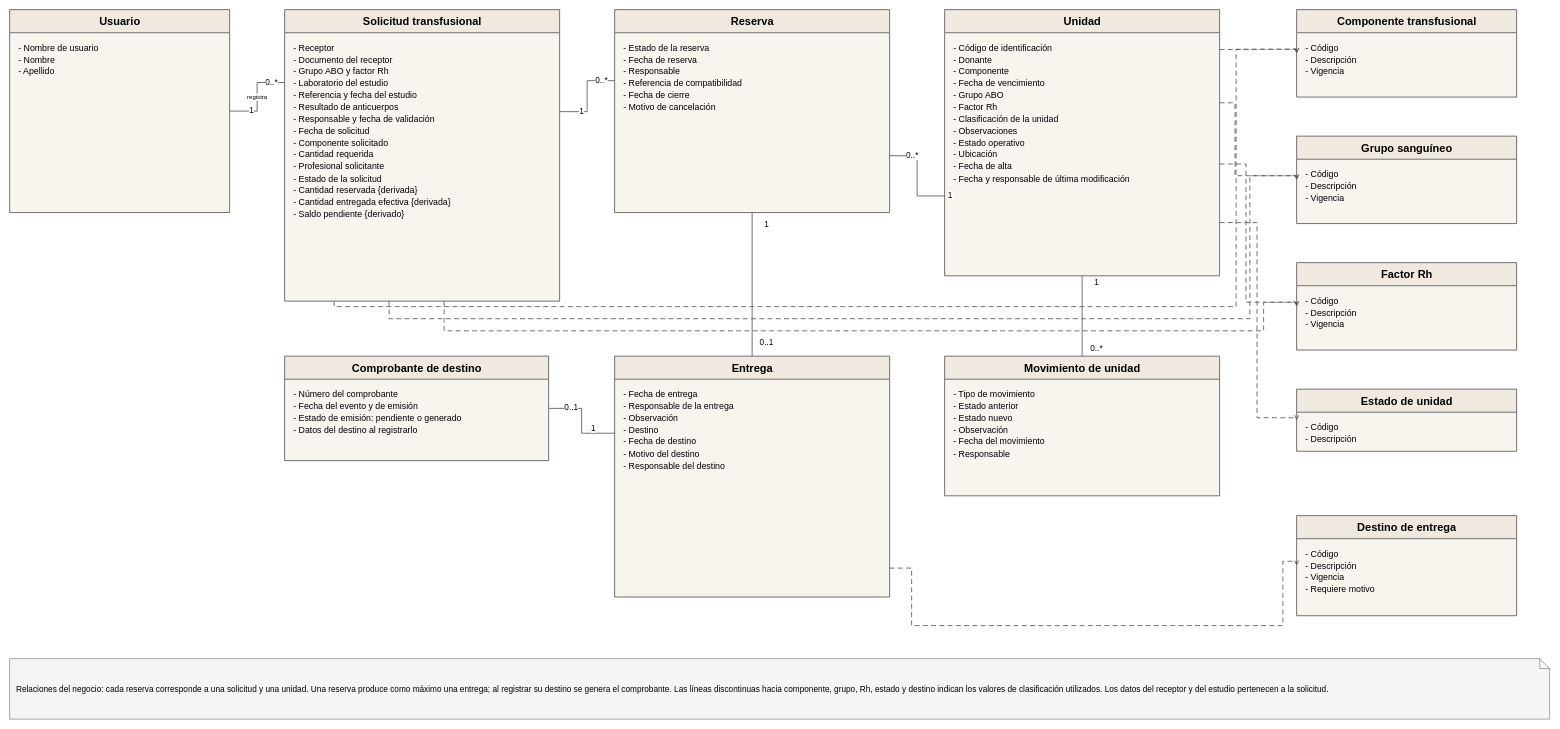
Before: Diagramas/Secuencia de Roles/PN2_DiagramaModeloConceptual.drawio in juanNH/Ingenieria-de-Software, a draw.io diagram. Source tidied: cells renumbered, new cells numbered last; positions are measured from the earlier drawing's top-left corner, leaving out a move shared by most shapes. Both pictures are drawn from the tidied source at 55%, with x=0, y=0 at pixel (9, 9).
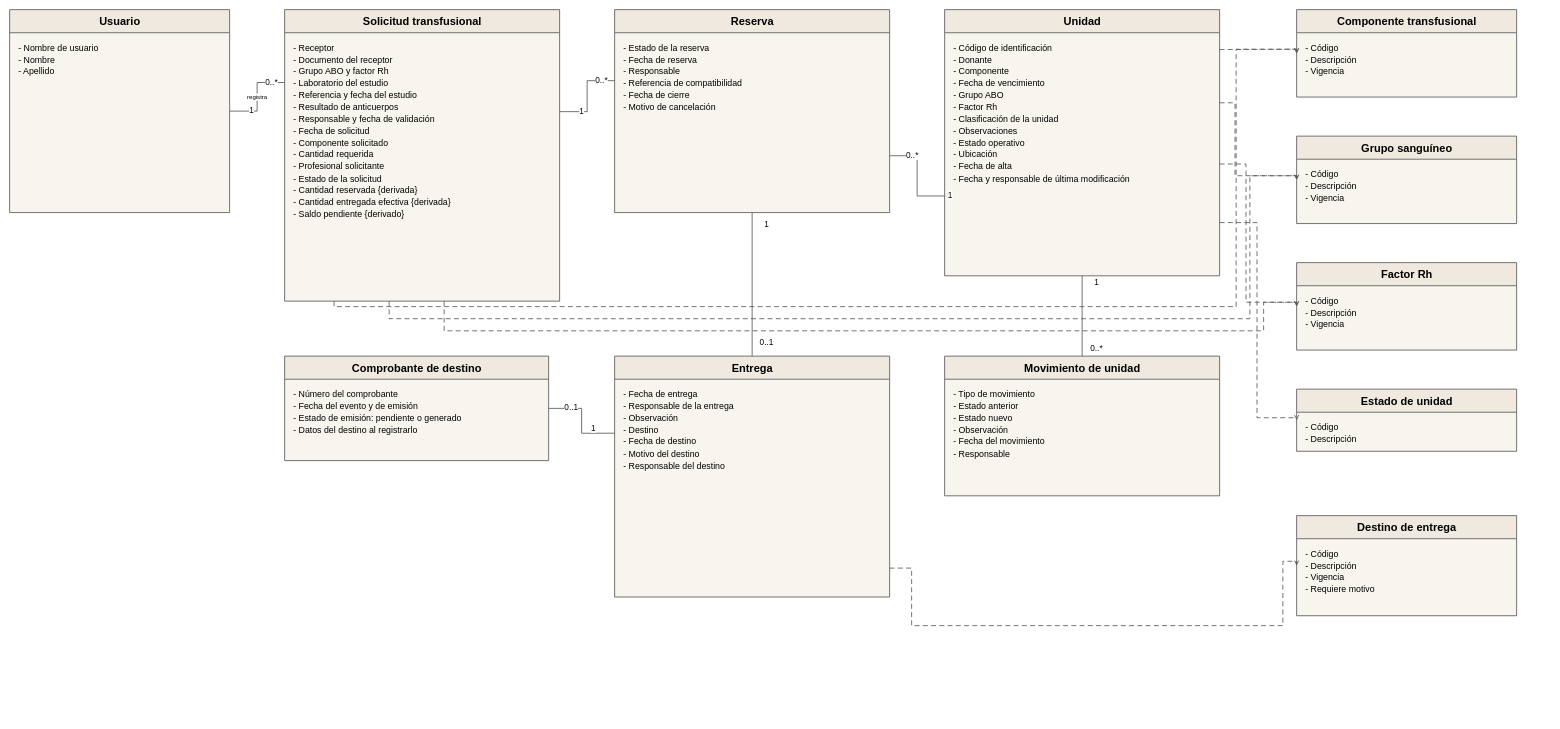
Above is the later version.

Diff of the diagram source:
```diff
@@
-    <mxCell id="16" value="Relaciones del negocio: cada reserva corresponde a una solicitud y una unidad. Una reserva produce como máximo una entrega; al registrar su destino se genera el comprobante. Las líneas discontinuas hacia componente, grupo, Rh, estado y destino indican los valores de clasificación utilizados. Los datos del receptor y del estudio pertenecen a la solicitud." style="shape=note;whiteSpace=wrap;html=1;size=18;fillColor=#F5F5F5;strokeColor=#666666;fontSize=15;fontFamily=Arial;align=left;verticalAlign=middle;spacing=12;" parent="1" vertex="1">
-      <mxGeometry y="1180" width="2800" height="110" as="geometry" />
-    </mxCell>
```
